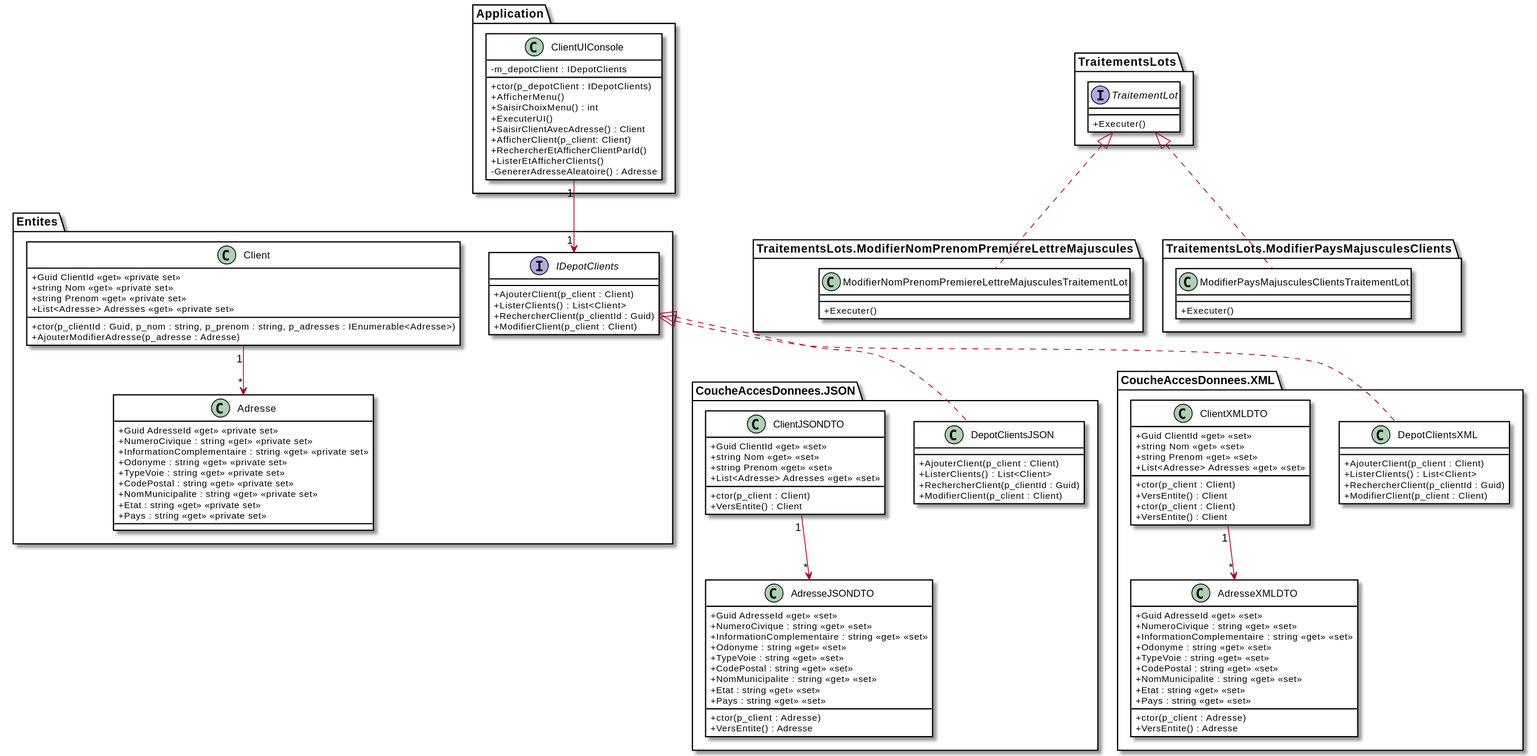
The PlantUML diagram images/Module06_Formats_Echanges/diag/src/DiagExerciceClients/DiagClassesClients.svg in PiFou86/420-W30-SF, before a commit.
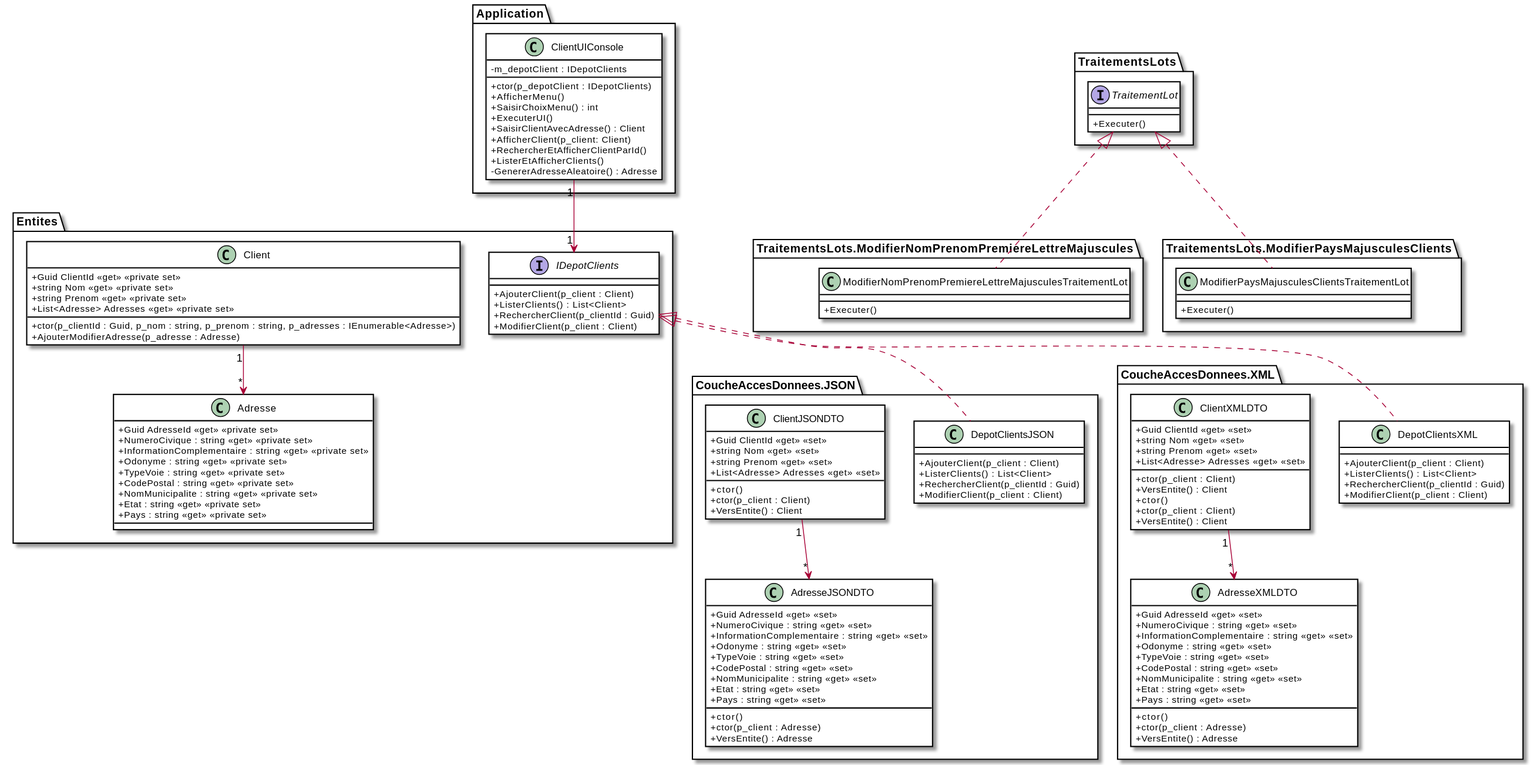
After the change.

Commit message:
Ajout du constructeur par défaut dans les DTOs

Diff of the diagram source:
```diff
@@ -48,6 +48,7 @@
         + string Nom <<get>> <<set>>
         + string Prenom <<get>> <<set>>
         + List<Adresse> Adresses <<get>> <<set>>
+        + ctor()
         + ctor(p_client : Client)
         + VersEntite() : Client
     }
@@ -62,6 +63,7 @@
         + NomMunicipalite : string <<get>> <<set>>
         + Etat : string <<get>> <<set>>
         + Pays : string  <<get>> <<set>>
+        + ctor()
         + ctor(p_client : Adresse)
         + VersEntite() : Adresse
     }
@@ -85,6 +87,7 @@
         + List<Adresse> Adresses <<get>> <<set>>
         + ctor(p_client : Client)
         + VersEntite() : Client
+        + ctor()
         + ctor(p_client : Client)
         + VersEntite() : Client
     }
@@ -106,6 +109,7 @@
         + NomMunicipalite : string <<get>> <<set>>
         + Etat : string <<get>> <<set>>
         + Pays : string  <<get>> <<set>>
+        + ctor()
         + ctor(p_client : Adresse)
         + VersEntite() : Adresse
     }
```
